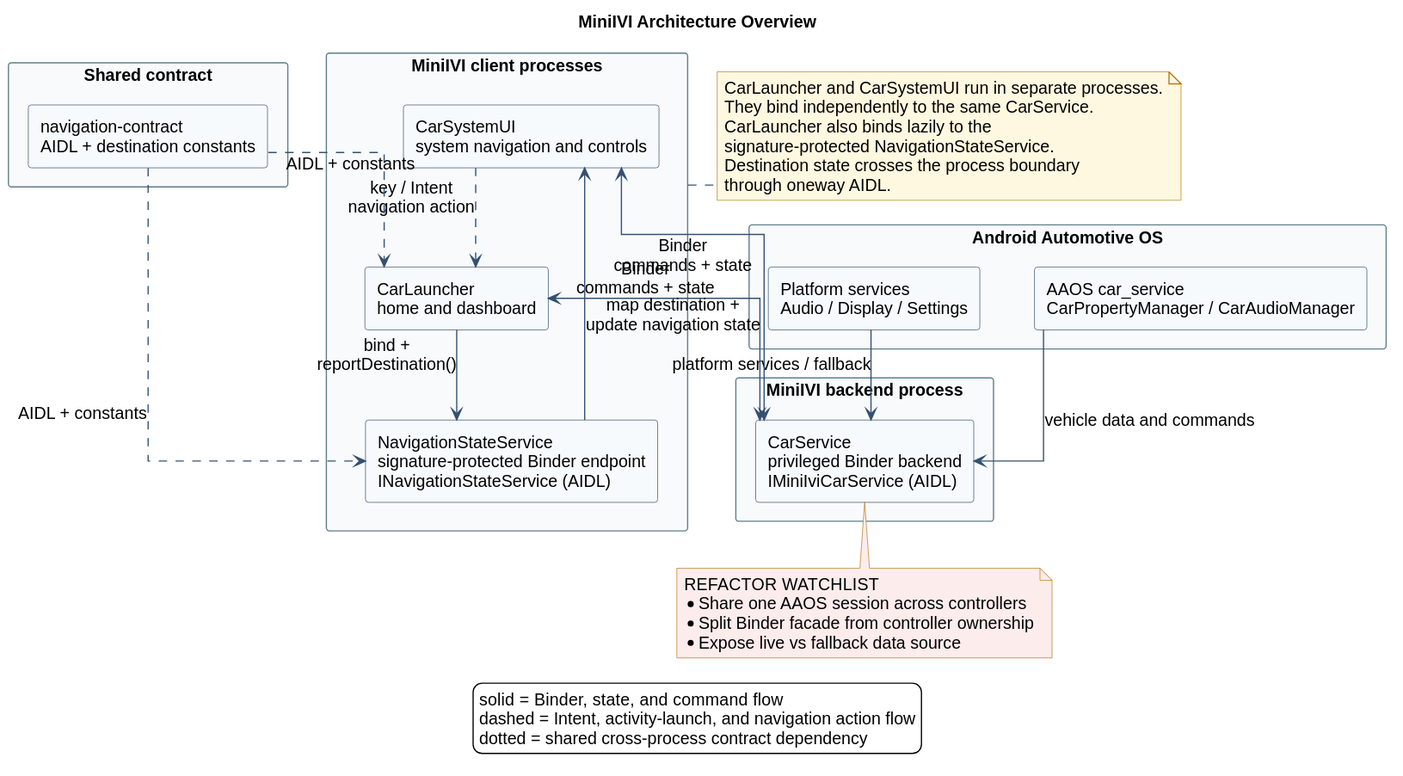
Above: docs/ARCHITECTURE.svg in Phandung1312/MiniIVI (PlantUML), before the change. Source of this version:
```plantuml
@startuml
title MiniIVI Architecture Overview

top to bottom direction
skinparam backgroundColor #FFFFFF
skinparam shadowing false
skinparam linetype ortho
skinparam nodesep 45
skinparam ranksep 55
skinparam packageStyle rectangle
skinparam componentStyle rectangle
skinparam defaultFontName Arial
skinparam defaultFontSize 14
skinparam ArrowColor #355070
skinparam ComponentBorderColor #355070
skinparam ComponentBackgroundColor #F7FAFC
skinparam PackageBorderColor #607D8B
skinparam PackageBackgroundColor #F8FAFC
skinparam NoteBackgroundColor #FFF8E1
skinparam NoteBorderColor #B7791F

legend bottom
  solid  = Binder, state, and command flow
  dashed = Intent, activity-launch, and navigation action flow
  dotted = shared cross-process contract dependency
endlegend

package "Android Automotive OS" as AAOS {
  component "AAOS car_service\nCarPropertyManager / CarAudioManager" as AAOS_CAR
  component "Platform services\nAudio / Display / Settings" as AAOS_PLATFORM
}

package "MiniIVI backend process" as BACKEND {
  component "CarService\nprivileged Binder backend\nIMiniIviCarService (AIDL)" as CAR_SERVICE
}

package "MiniIVI client processes" as CLIENTS {
  component "CarSystemUI\nsystem navigation and controls" as CAR_SYSTEM_UI
  component "NavigationStateService\nsignature-protected Binder endpoint\nINavigationStateService (AIDL)" as NAV_SERVICE
  component "CarLauncher\nhome and dashboard" as CAR_LAUNCHER
}

package "Shared contract" as CONTRACT {
  component "navigation-contract\nAIDL + destination constants" as NAV_CONTRACT
}

AAOS_CAR --> CAR_SERVICE : vehicle data and commands
AAOS_PLATFORM --> CAR_SERVICE : platform services / fallback

CAR_SYSTEM_UI <--> CAR_SERVICE : Binder\ncommands + state
CAR_LAUNCHER <--> CAR_SERVICE : Binder\ncommands + state

CAR_SYSTEM_UI -[dashed]-> CAR_LAUNCHER : key / Intent\nnavigation action
CAR_LAUNCHER --> NAV_SERVICE : bind +\nreportDestination()
NAV_SERVICE --> CAR_SYSTEM_UI : map destination +\nupdate navigation state

NAV_CONTRACT ..> CAR_LAUNCHER : AIDL + constants
NAV_CONTRACT ..> NAV_SERVICE : AIDL + constants

note right of CLIENTS
  CarLauncher and CarSystemUI run in separate processes.
  They bind independently to the same CarService.
  CarLauncher also binds lazily to the
  signature-protected NavigationStateService.
  Destination state crosses the process boundary
  through oneway AIDL.
end note

note bottom of CAR_SERVICE #FDECEC
  REFACTOR WATCHLIST
  * Share one AAOS session across controllers
  * Split Binder facade from controller ownership
  * Expose live vs fallback data source
end note
@enduml
```
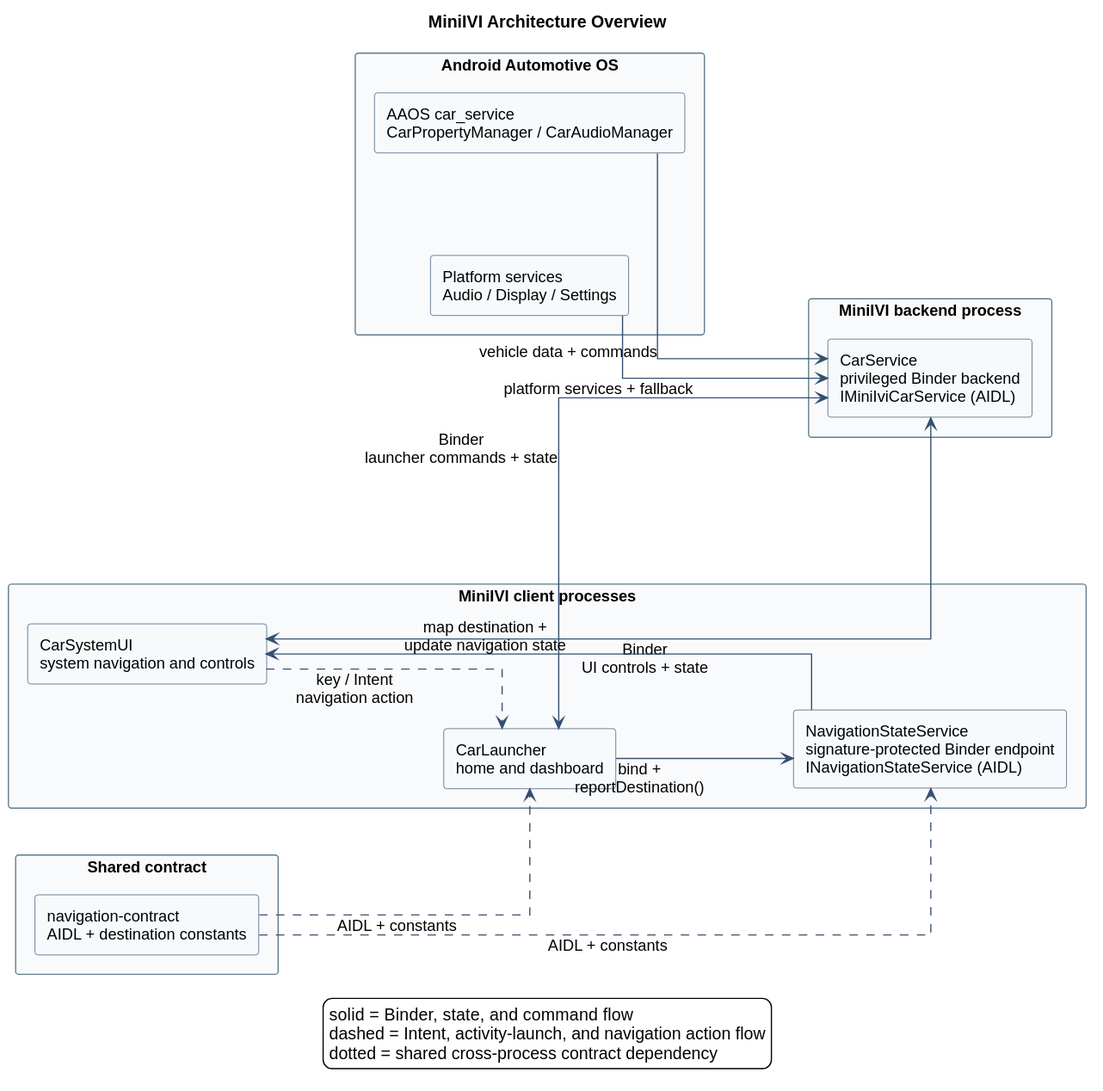
After the commit.

Commit message:
docs: clarify architecture diagram

What changed in the source:
```diff
@@ -1,16 +1,16 @@
 @startuml
 title MiniIVI Architecture Overview
 
-top to bottom direction
+left to right direction
 skinparam backgroundColor #FFFFFF
 skinparam shadowing false
 skinparam linetype ortho
-skinparam nodesep 45
-skinparam ranksep 55
+skinparam nodesep 85
+skinparam ranksep 90
 skinparam packageStyle rectangle
 skinparam componentStyle rectangle
 skinparam defaultFontName Arial
-skinparam defaultFontSize 14
+skinparam defaultFontSize 13
 skinparam ArrowColor #355070
 skinparam ComponentBorderColor #355070
 skinparam ComponentBackgroundColor #F7FAFC
@@ -44,11 +44,11 @@
   component "navigation-contract\nAIDL + destination constants" as NAV_CONTRACT
 }
 
-AAOS_CAR --> CAR_SERVICE : vehicle data and commands
-AAOS_PLATFORM --> CAR_SERVICE : platform services / fallback
+AAOS_CAR --> CAR_SERVICE : vehicle data + commands
+AAOS_PLATFORM --> CAR_SERVICE : platform services + fallback
 
-CAR_SYSTEM_UI <--> CAR_SERVICE : Binder\ncommands + state
-CAR_LAUNCHER <--> CAR_SERVICE : Binder\ncommands + state
+CAR_SYSTEM_UI <--> CAR_SERVICE : Binder\nUI controls + state
+CAR_LAUNCHER <--> CAR_SERVICE : Binder\nlauncher commands + state
 
 CAR_SYSTEM_UI -[dashed]-> CAR_LAUNCHER : key / Intent\nnavigation action
 CAR_LAUNCHER --> NAV_SERVICE : bind +\nreportDestination()
@@ -56,20 +56,4 @@
 
 NAV_CONTRACT ..> CAR_LAUNCHER : AIDL + constants
 NAV_CONTRACT ..> NAV_SERVICE : AIDL + constants
-
-note right of CLIENTS
-  CarLauncher and CarSystemUI run in separate processes.
-  They bind independently to the same CarService.
-  CarLauncher also binds lazily to the
-  signature-protected NavigationStateService.
-  Destination state crosses the process boundary
-  through oneway AIDL.
-end note
-
-note bottom of CAR_SERVICE #FDECEC
-  REFACTOR WATCHLIST
-  * Share one AAOS session across controllers
-  * Split Binder facade from controller ownership
-  * Expose live vs fallback data source
-end note
 @enduml
```
